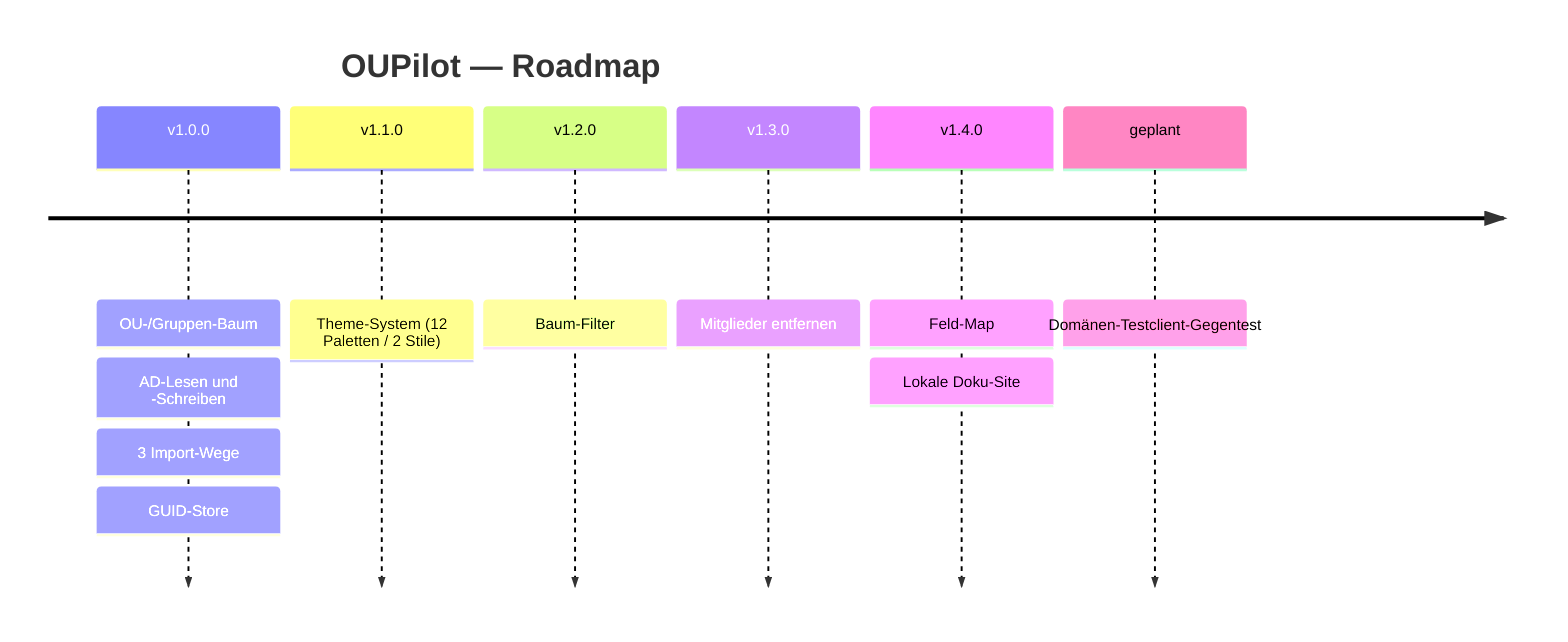
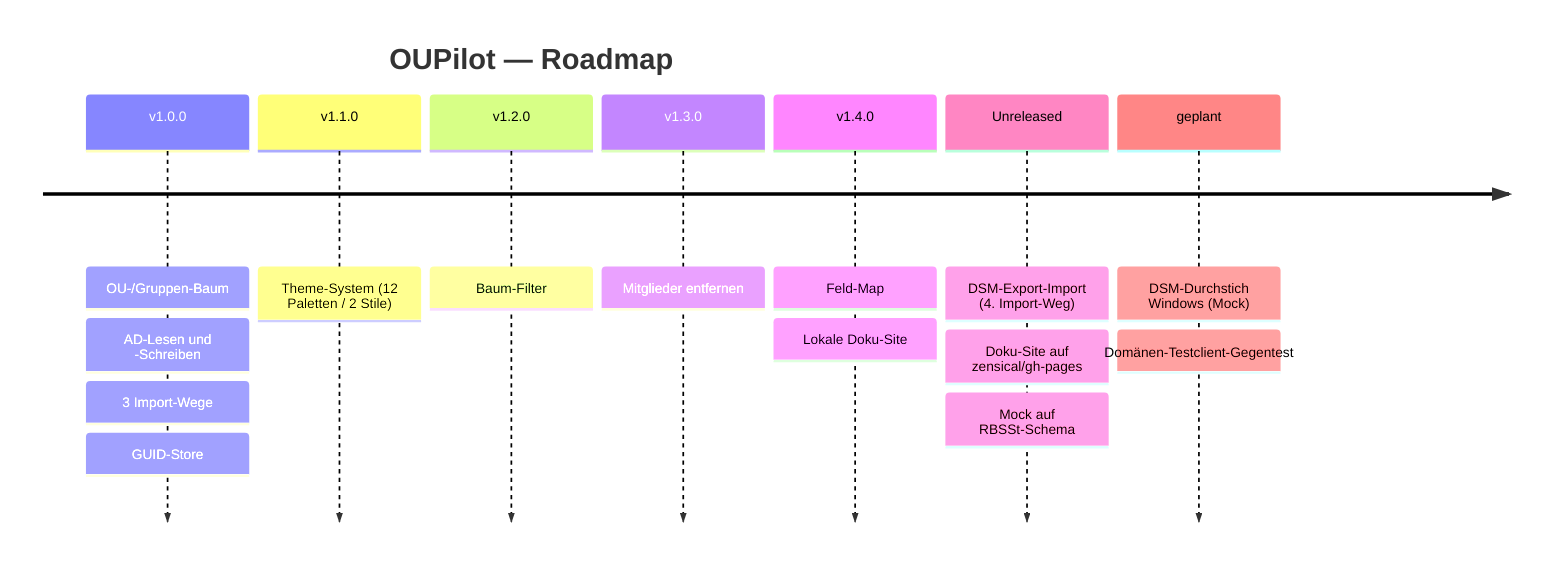
timeline
  title OUPilot — Roadmap
  v1.0.0 : OU-/Gruppen-Baum : AD-Lesen und -Schreiben : 3 Import-Wege : GUID-Store
  v1.1.0 : Theme-System (12 Paletten / 2 Stile)
  v1.2.0 : Baum-Filter
  v1.3.0 : Mitglieder entfernen
  v1.4.0 : Feld-Map : Lokale Doku-Site
-   geplant : Domänen-Testclient-Gegentest
+   Unreleased : DSM-Export-Import (4. Import-Weg) : Doku-Site auf zensical/gh-pages : Mock auf RBSSt-Schema
+   geplant : DSM-Durchstich Windows (Mock) : Domänen-Testclient-Gegentest
